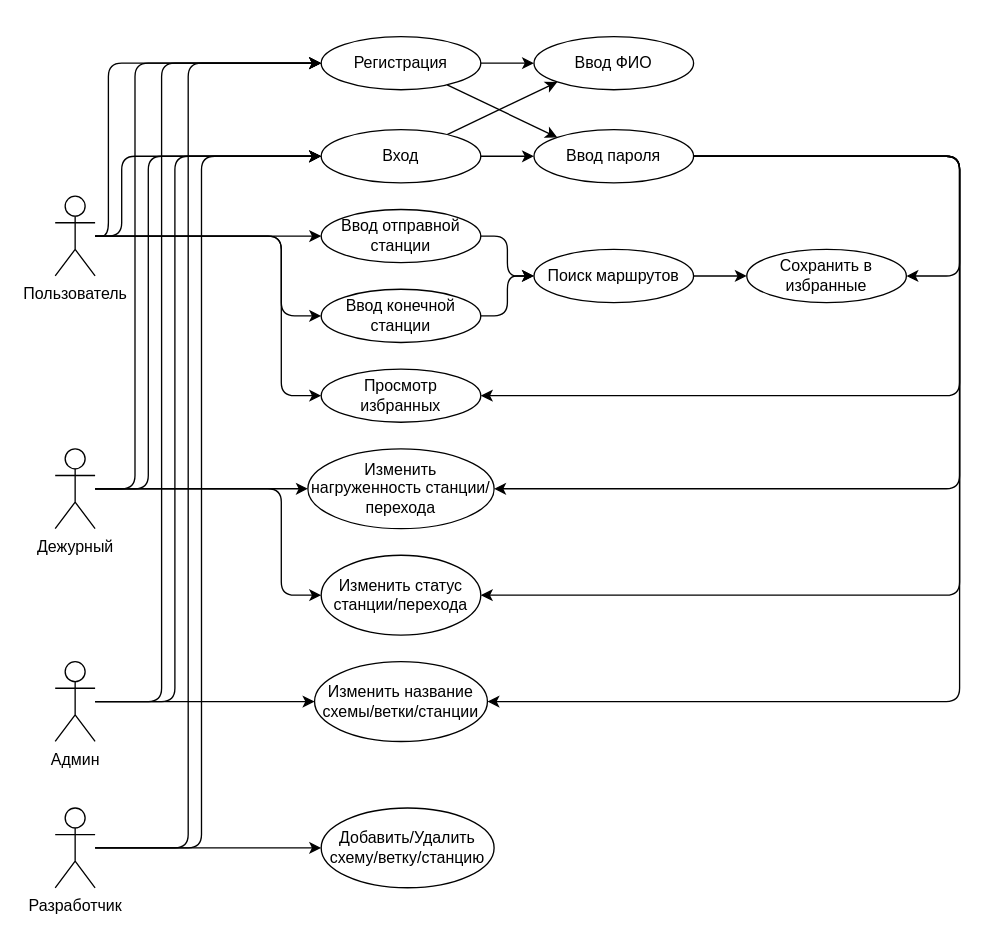
The draw.io diagram charts/use-case.drawio in Mihyich/PPO, before the edit. Source tidied: cells renumbered, new cells numbered last; positions are measured from the earlier drawing's top-left corner, leaving out a move shared by most shapes. Both pictures are drawn from the tidied source at 133%, with x=0, y=0 at pixel (55, 36).
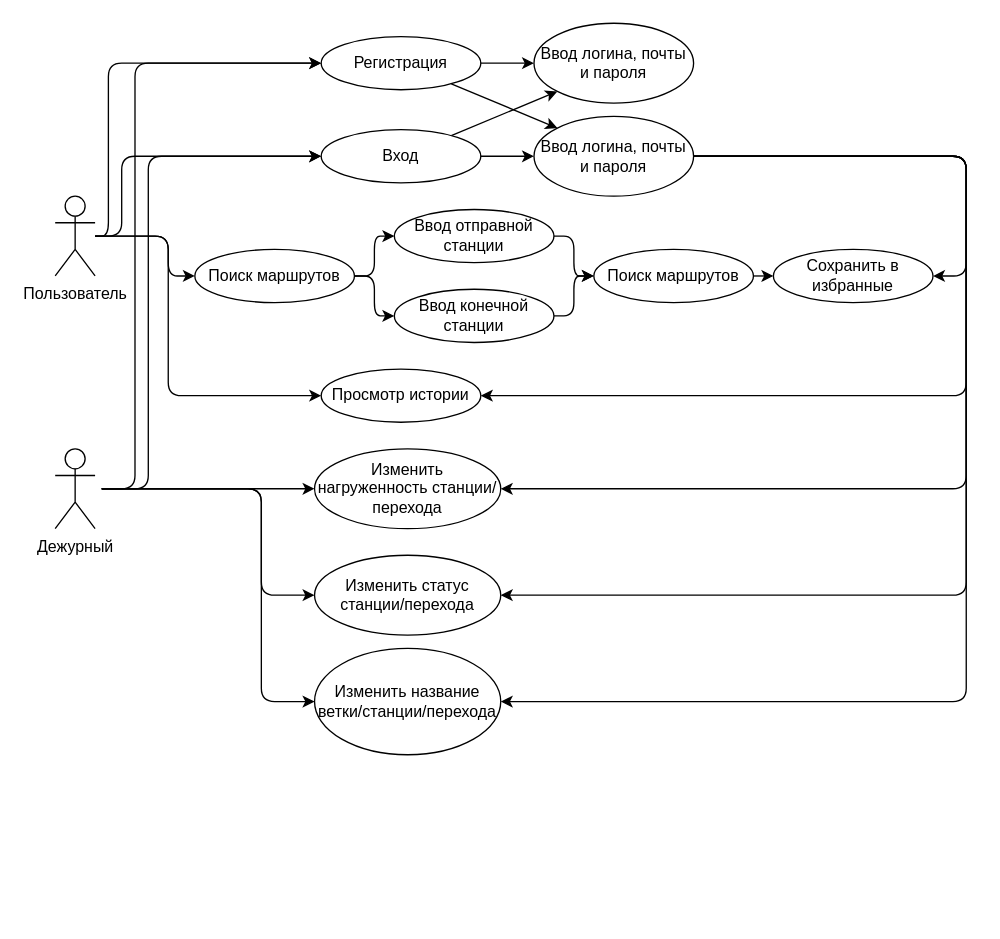
The same page after the edit.

Commit message:
Обновление ролей в use-case диаграмме

The change refers to these unchanged cells:
```xml
<mxCell id="7" value="Пользователь" style="shape=umlActor;verticalLabelPosition=bottom;verticalAlign=top;html=1;outlineConnect=0;" parent="1" vertex="1">
  <mxGeometry y="120" width="30" height="60" as="geometry" />
</mxCell>
<mxCell id="16" value="Дежурный" style="shape=umlActor;verticalLabelPosition=bottom;verticalAlign=top;html=1;outlineConnect=0;" parent="1" vertex="1">
  <mxGeometry y="310" width="30" height="60" as="geometry" />
</mxCell>
<mxCell id="23" value="Регистрация" style="ellipse;whiteSpace=wrap;html=1;" parent="1" vertex="1">
  <mxGeometry x="200" width="120" height="40" as="geometry" />
</mxCell>
<mxCell id="26" value="Вход" style="ellipse;whiteSpace=wrap;html=1;" parent="1" vertex="1">
  <mxGeometry x="200" y="70" width="120" height="40" as="geometry" />
</mxCell>
```

What changed in the source:
```diff
@@
-    <mxCell id="4" style="edgeStyle=none;html=1;entryX=0;entryY=0.5;entryDx=0;entryDy=0;" parent="1" edge="1" source="7" target="35">
-      <mxGeometry relative="1" as="geometry" />
-    </mxCell>
-    <mxCell id="5" style="edgeStyle=orthogonalEdgeStyle;html=1;entryX=0;entryY=0.5;entryDx=0;entryDy=0;" parent="1" edge="1" target="42">
-      <mxGeometry relative="1" as="geometry">
-        <mxPoint x="30" y="150" as="sourcePoint" />
-        <Array as="points">
-          <mxPoint x="170" y="150" />
-          <mxPoint x="170" y="210" />
-        </Array>
-      </mxGeometry>
-    </mxCell>
     <mxCell id="6" style="edgeStyle=orthogonalEdgeStyle;html=1;entryX=0;entryY=0.5;entryDx=0;entryDy=0;" parent="1" edge="1" target="43">
       <mxGeometry relative="1" as="geometry">
         <mxPoint x="30" y="150" as="sourcePoint" />
         <Array as="points">
-          <mxPoint x="170" y="150" />
-          <mxPoint x="170" y="270" />
+          <mxPoint x="85" y="150" />
+          <mxPoint x="85" y="270" />
         </Array>
       </mxGeometry>
     </mxCell>
+    <mxCell id="46" style="edgeStyle=orthogonalEdgeStyle;html=1;entryX=0;entryY=0.5;entryDx=0;entryDy=0;" parent="1" edge="1" source="7" target="51">
+      <mxGeometry relative="1" as="geometry">
+        <Array as="points">
+          <mxPoint x="85" y="150" />
+          <mxPoint x="85" y="180" />
+        </Array>
+      </mxGeometry>
+    </mxCell>
@@
-    <mxCell id="8" style="edgeStyle=orthogonalEdgeStyle;html=1;entryX=0;entryY=0.5;entryDx=0;entryDy=0;" parent="1" edge="1" source="11" target="23">
-      <mxGeometry relative="1" as="geometry">
-        <Array as="points">
-          <mxPoint x="100" y="610" />
-          <mxPoint x="100" y="20" />
-        </Array>
-      </mxGeometry>
-    </mxCell>
-    <mxCell id="9" style="edgeStyle=orthogonalEdgeStyle;html=1;" parent="1" edge="1" source="11" target="26">
-      <mxGeometry relative="1" as="geometry">
-        <Array as="points">
-          <mxPoint x="110" y="610" />
-          <mxPoint x="110" y="90" />
-        </Array>
-      </mxGeometry>
-    </mxCell>
-    <mxCell id="10" style="edgeStyle=none;html=1;entryX=0;entryY=0.5;entryDx=0;entryDy=0;" parent="1" edge="1" target="45">
-      <mxGeometry relative="1" as="geometry">
-        <mxPoint x="30" y="610" as="sourcePoint" />
-      </mxGeometry>
-    </mxCell>
-    <mxCell id="11" value="Разработчик" style="shape=umlActor;verticalLabelPosition=bottom;verticalAlign=top;html=1;outlineConnect=0;" parent="1" vertex="1">
-      <mxGeometry y="580" width="30" height="60" as="geometry" />
-    </mxCell>
     <mxCell id="12" style="edgeStyle=orthogonalEdgeStyle;html=1;entryX=0;entryY=0.5;entryDx=0;entryDy=0;" parent="1" edge="1" target="23">
       <mxGeometry relative="1" as="geometry">
-        <mxPoint x="30" y="340" as="sourcePoint" />
+        <mxPoint x="35" y="340" as="sourcePoint" />
         <Array as="points">
           <mxPoint x="60" y="340" />
           <mxPoint x="60" y="20" />
         </Array>
       </mxGeometry>
     </mxCell>
     <mxCell id="13" style="edgeStyle=orthogonalEdgeStyle;html=1;" parent="1" edge="1" target="26">
       <mxGeometry relative="1" as="geometry">
-        <mxPoint x="30" y="340" as="sourcePoint" />
+        <mxPoint x="35" y="340" as="sourcePoint" />
         <Array as="points">
           <mxPoint x="70" y="340" />
           <mxPoint x="70" y="90" />
         </Array>
       </mxGeometry>
     </mxCell>
-    <mxCell id="14" style="edgeStyle=none;html=1;" parent="1" edge="1" source="16" target="39">
-      <mxGeometry relative="1" as="geometry" />
+    <mxCell id="14" style="edgeStyle=none;html=1;" parent="1" edge="1" target="39">
+      <mxGeometry relative="1" as="geometry">
+        <mxPoint x="35" y="340" as="sourcePoint" />
+      </mxGeometry>
     </mxCell>
     <mxCell id="15" style="edgeStyle=orthogonalEdgeStyle;html=1;entryX=0;entryY=0.5;entryDx=0;entryDy=0;" parent="1" edge="1" target="44">
       <mxGeometry relative="1" as="geometry">
-        <mxPoint x="30" y="340" as="sourcePoint" />
+        <mxPoint x="35" y="340" as="sourcePoint" />
         <Array as="points">
-          <mxPoint x="170" y="340" />
-          <mxPoint x="170" y="420" />
+          <mxPoint x="155" y="340" />
+          <mxPoint x="155" y="420" />
         </Array>
       </mxGeometry>
     </mxCell>
+    <mxCell id="47" style="edgeStyle=orthogonalEdgeStyle;html=1;entryX=0;entryY=0.5;entryDx=0;entryDy=0;" parent="1" edge="1" target="52">
+      <mxGeometry relative="1" as="geometry">
+        <mxPoint x="35" y="340" as="sourcePoint" />
+        <Array as="points">
+          <mxPoint x="155" y="340" />
+          <mxPoint x="155" y="500" />
+        </Array>
+      </mxGeometry>
+    </mxCell>
@@
-    <mxCell id="17" style="edgeStyle=orthogonalEdgeStyle;html=1;entryX=0;entryY=0.5;entryDx=0;entryDy=0;" parent="1" edge="1" source="20" target="23">
-      <mxGeometry relative="1" as="geometry">
-        <Array as="points">
-          <mxPoint x="80" y="500" />
-          <mxPoint x="80" y="20" />
-        </Array>
-      </mxGeometry>
-    </mxCell>
-    <mxCell id="18" style="edgeStyle=orthogonalEdgeStyle;html=1;" parent="1" edge="1" target="26">
-      <mxGeometry relative="1" as="geometry">
-        <mxPoint x="30" y="500" as="sourcePoint" />
-        <Array as="points">
-          <mxPoint x="30" y="500" />
-          <mxPoint x="90" y="500" />
-          <mxPoint x="90" y="90" />
-        </Array>
-      </mxGeometry>
-    </mxCell>
-    <mxCell id="19" style="edgeStyle=none;html=1;entryX=0;entryY=0.5;entryDx=0;entryDy=0;" parent="1" edge="1" source="20" target="40">
-      <mxGeometry relative="1" as="geometry" />
-    </mxCell>
-    <mxCell id="20" value="Админ" style="shape=umlActor;verticalLabelPosition=bottom;verticalAlign=top;html=1;outlineConnect=0;" parent="1" vertex="1">
-      <mxGeometry y="470" width="30" height="60" as="geometry" />
-    </mxCell>
@@
-    <mxCell id="27" value="Ввод ФИО" style="ellipse;whiteSpace=wrap;html=1;" parent="1" vertex="1">
-      <mxGeometry x="360" width="120" height="40" as="geometry" />
+    <mxCell id="27" value="Ввод логина, почты и пароля" style="ellipse;whiteSpace=wrap;html=1;" parent="1" vertex="1">
+      <mxGeometry x="360" y="-10" width="120" height="60" as="geometry" />
     </mxCell>
     <mxCell id="28" style="edgeStyle=orthogonalEdgeStyle;html=1;exitX=1;exitY=0.5;exitDx=0;exitDy=0;entryX=1;entryY=0.5;entryDx=0;entryDy=0;" parent="1" edge="1" source="33" target="38">
       <mxGeometry relative="1" as="geometry">
         <Array as="points">
-          <mxPoint x="680" y="90" />
-          <mxPoint x="680" y="180" />
+          <mxPoint x="685" y="90" />
+          <mxPoint x="685" y="180" />
         </Array>
       </mxGeometry>
     </mxCell>
     <mxCell id="29" style="edgeStyle=orthogonalEdgeStyle;html=1;exitX=1;exitY=0.5;exitDx=0;exitDy=0;entryX=1;entryY=0.5;entryDx=0;entryDy=0;" parent="1" edge="1" source="33" target="39">
       <mxGeometry relative="1" as="geometry">
         <Array as="points">
-          <mxPoint x="680" y="90" />
-          <mxPoint x="680" y="340" />
+          <mxPoint x="685" y="90" />
+          <mxPoint x="685" y="340" />
         </Array>
       </mxGeometry>
     </mxCell>
     <mxCell id="30" style="edgeStyle=orthogonalEdgeStyle;html=1;exitX=1;exitY=0.5;exitDx=0;exitDy=0;entryX=1;entryY=0.5;entryDx=0;entryDy=0;" parent="1" edge="1" source="33" target="43">
       <mxGeometry relative="1" as="geometry">
         <Array as="points">
-          <mxPoint x="680" y="90" />
-          <mxPoint x="680" y="270" />
+          <mxPoint x="685" y="90" />
+          <mxPoint x="685" y="270" />
         </Array>
       </mxGeometry>
     </mxCell>
     <mxCell id="31" style="edgeStyle=orthogonalEdgeStyle;html=1;exitX=1;exitY=0.5;exitDx=0;exitDy=0;entryX=1;entryY=0.5;entryDx=0;entryDy=0;" parent="1" edge="1" source="33" target="44">
       <mxGeometry relative="1" as="geometry">
         <Array as="points">
-          <mxPoint x="680" y="90" />
-          <mxPoint x="680" y="420" />
+          <mxPoint x="685" y="90" />
+          <mxPoint x="685" y="420" />
         </Array>
       </mxGeometry>
     </mxCell>
-    <mxCell id="32" style="edgeStyle=orthogonalEdgeStyle;html=1;exitX=1;exitY=0.5;exitDx=0;exitDy=0;entryX=1;entryY=0.5;entryDx=0;entryDy=0;" parent="1" edge="1" source="33" target="40">
-      <mxGeometry relative="1" as="geometry">
-        <Array as="points">
-          <mxPoint x="680" y="90" />
-          <mxPoint x="680" y="500" />
-        </Array>
-      </mxGeometry>
-    </mxCell>
+    <mxCell id="48" style="edgeStyle=orthogonalEdgeStyle;html=1;exitX=1;exitY=0.5;exitDx=0;exitDy=0;entryX=1;entryY=0.5;entryDx=0;entryDy=0;" parent="1" edge="1" source="33" target="52">
+      <mxGeometry relative="1" as="geometry">
+        <Array as="points">
+          <mxPoint x="685" y="90" />
+          <mxPoint x="685" y="500" />
+        </Array>
+      </mxGeometry>
+    </mxCell>
-    <mxCell id="33" value="Ввод пароля" style="ellipse;whiteSpace=wrap;html=1;" parent="1" vertex="1">
-      <mxGeometry x="360" y="70" width="120" height="40" as="geometry" />
+    <mxCell id="33" value="&lt;span style=&quot;color: rgb(0, 0, 0);&quot;&gt;Ввод логина, почты и пароля&lt;/span&gt;" style="ellipse;whiteSpace=wrap;html=1;" parent="1" vertex="1">
+      <mxGeometry x="360" y="60" width="120" height="60" as="geometry" />
     </mxCell>
@@
     <mxCell id="35" value="Ввод отправной станции" style="ellipse;whiteSpace=wrap;html=1;" parent="1" vertex="1">
-      <mxGeometry x="200" y="130" width="120" height="40" as="geometry" />
+      <mxGeometry x="255" y="130" width="120" height="40" as="geometry" />
     </mxCell>
@@
     <mxCell id="37" value="Поиск маршрутов" style="ellipse;whiteSpace=wrap;html=1;" parent="1" vertex="1">
-      <mxGeometry x="360" y="160" width="120" height="40" as="geometry" />
+      <mxGeometry x="405" y="160" width="120" height="40" as="geometry" />
     </mxCell>
     <mxCell id="38" value="Сохранить в избранные" style="ellipse;whiteSpace=wrap;html=1;" parent="1" vertex="1">
-      <mxGeometry x="520" y="160" width="120" height="40" as="geometry" />
+      <mxGeometry x="540" y="160" width="120" height="40" as="geometry" />
     </mxCell>
     <mxCell id="39" value="Изменить нагруженность станции/перехода" style="ellipse;whiteSpace=wrap;html=1;" parent="1" vertex="1">
-      <mxGeometry x="190" y="310" width="140" height="60" as="geometry" />
+      <mxGeometry x="195" y="310" width="140" height="60" as="geometry" />
     </mxCell>
-    <mxCell id="40" value="Изменить название схемы/ветки/станции" style="ellipse;whiteSpace=wrap;html=1;" parent="1" vertex="1">
-      <mxGeometry x="195" y="470" width="130" height="60" as="geometry" />
-    </mxCell>
@@
     <mxCell id="42" value="Ввод конечной станции" style="ellipse;whiteSpace=wrap;html=1;" parent="1" vertex="1">
-      <mxGeometry x="200" y="190" width="120" height="40" as="geometry" />
+      <mxGeometry x="255" y="190" width="120" height="40" as="geometry" />
     </mxCell>
-    <mxCell id="43" value="Просмотр избранных" style="ellipse;whiteSpace=wrap;html=1;" parent="1" vertex="1">
+    <mxCell id="43" value="Просмотр истории" style="ellipse;whiteSpace=wrap;html=1;" parent="1" vertex="1">
       <mxGeometry x="200" y="250" width="120" height="40" as="geometry" />
     </mxCell>
     <mxCell id="44" value="Изменить статус станции/перехода" style="ellipse;whiteSpace=wrap;html=1;" parent="1" vertex="1">
-      <mxGeometry x="200" y="390" width="120" height="60" as="geometry" />
+      <mxGeometry x="195" y="390" width="140" height="60" as="geometry" />
     </mxCell>
-    <mxCell id="45" value="Добавить/Удалить схему/ветку/станцию" style="ellipse;whiteSpace=wrap;html=1;" parent="1" vertex="1">
-      <mxGeometry x="200" y="580" width="130" height="60" as="geometry" />
-    </mxCell>
+    <mxCell id="49" style="edgeStyle=orthogonalEdgeStyle;html=1;exitX=1;exitY=0.5;exitDx=0;exitDy=0;entryX=0;entryY=0.5;entryDx=0;entryDy=0;" parent="1" edge="1" source="51" target="35">
+      <mxGeometry relative="1" as="geometry" />
+    </mxCell>
+    <mxCell id="50" style="edgeStyle=orthogonalEdgeStyle;html=1;exitX=1;exitY=0.5;exitDx=0;exitDy=0;entryX=0;entryY=0.5;entryDx=0;entryDy=0;" parent="1" edge="1" source="51" target="42">
+      <mxGeometry relative="1" as="geometry" />
+    </mxCell>
+    <mxCell id="51" value="Поиск маршрутов" style="ellipse;whiteSpace=wrap;html=1;" parent="1" vertex="1">
+      <mxGeometry x="105" y="160" width="120" height="40" as="geometry" />
+    </mxCell>
+    <mxCell id="52" value="Изменить название ветки/станции/перехода" style="ellipse;whiteSpace=wrap;html=1;" parent="1" vertex="1">
+      <mxGeometry x="195" y="460" width="140" height="80" as="geometry" />
+    </mxCell>
```
